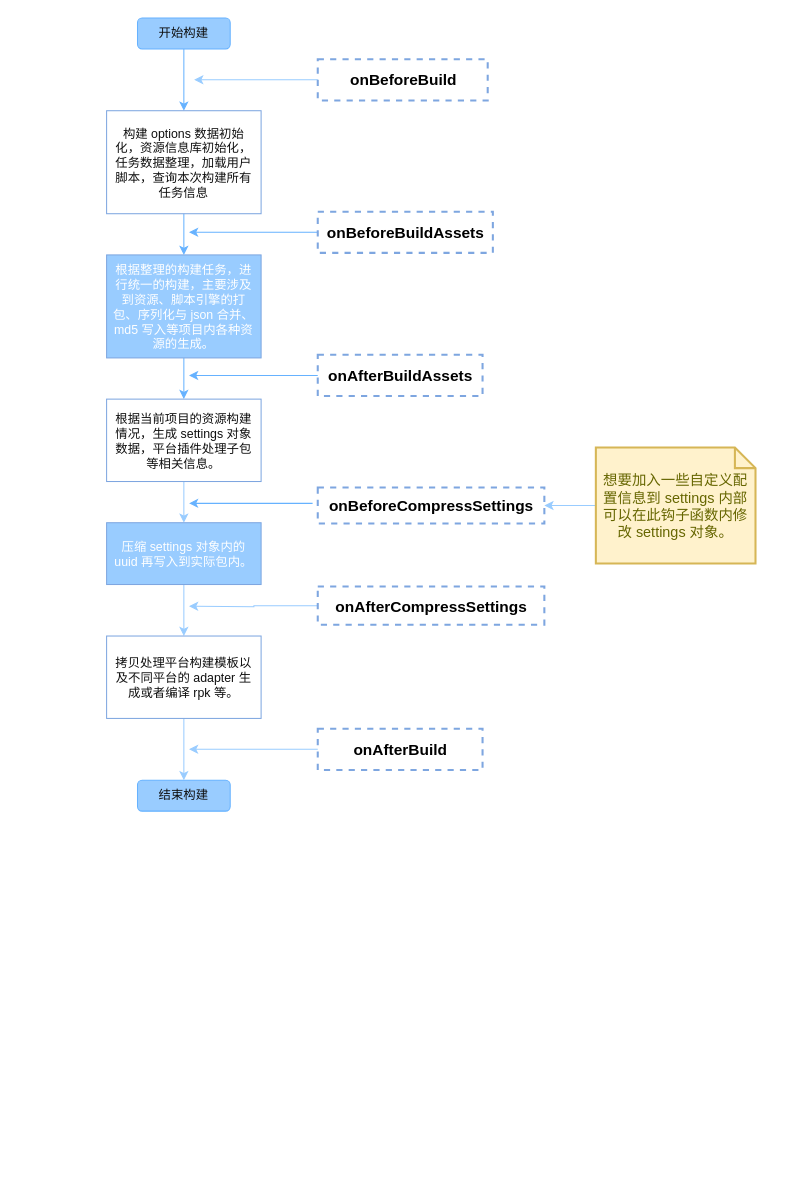
cocos/cocos-docs keeps this draw.io diagram as zh/editor/publish/custom-project-build-template/build-process-public.drawio. Above is the earlier version. Source tidied: cells renumbered, new cells numbered last; positions are measured from the earlier drawing's top-left corner, leaving out a move shared by most shapes. Both pictures are drawn from the tidied source at 103%, with x=0, y=0 at pixel (106, 18).
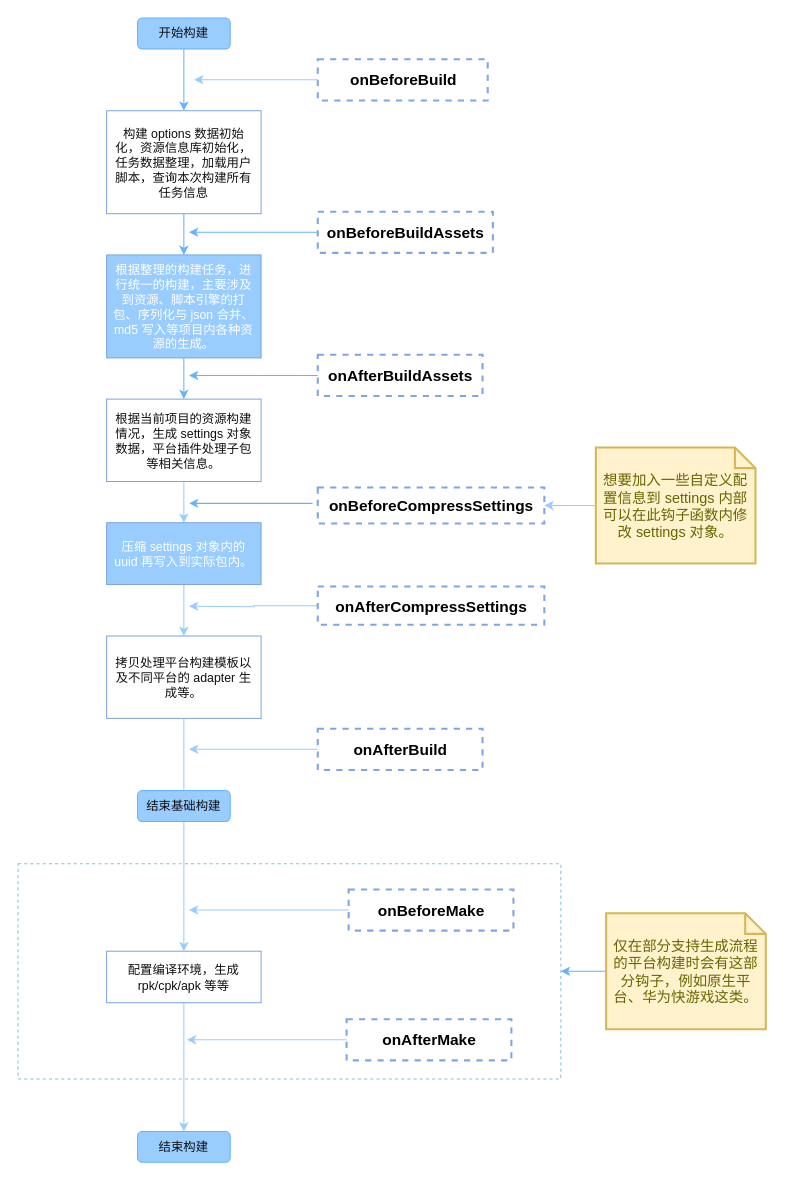
The same diagram, later.

The edit, as a diff of the source:
```diff
@@
     <mxCell id="13" value="&lt;span&gt;结束构建&lt;/span&gt;" style="rounded=1;whiteSpace=wrap;html=1;strokeColor=#66B2FF;fillColor=#99CCFF;fontColor=#0F0F0F;" parent="1" vertex="1">
-      <mxGeometry x="30" y="740" width="90" height="30" as="geometry" />
+      <mxGeometry x="30" y="1081" width="90" height="30" as="geometry" />
     </mxCell>
@@
-    <mxCell id="28" style="edgeStyle=orthogonalEdgeStyle;rounded=0;jettySize=auto;html=1;exitX=0.5;exitY=1;exitDx=0;exitDy=0;entryX=0.5;entryY=0;entryDx=0;entryDy=0;strokeColor=#99CCFF;" parent="1" edge="1" source="29" target="13">
+    <mxCell id="28" style="edgeStyle=orthogonalEdgeStyle;rounded=0;jettySize=auto;html=1;exitX=0.5;exitY=1;exitDx=0;exitDy=0;entryX=0.5;entryY=0;entryDx=0;entryDy=0;strokeColor=#99CCFF;" parent="1" edge="1" source="30" target="13">
       <mxGeometry relative="1" as="geometry" />
     </mxCell>
-    <mxCell id="29" value="拷贝处理平台构建模板以及不同平台的 adapter 生成或者编译 rpk 等。" style="rounded=0;whiteSpace=wrap;html=1;fillColor=none;strokeColor=#7EA6E0;fontColor=#0F0F0F;spacingTop=2;spacingLeft=4;spacingRight=4;" parent="1" vertex="1">
+    <mxCell id="29" value="拷贝处理平台构建模板以及不同平台的 adapter 生成等。" style="rounded=0;whiteSpace=wrap;html=1;fillColor=none;strokeColor=#7EA6E0;fontColor=#0F0F0F;spacingTop=2;spacingLeft=4;spacingRight=4;" parent="1" vertex="1">
       <mxGeometry y="600" width="150" height="80" as="geometry" />
     </mxCell>
+    <mxCell id="30" value="配置编译环境，生成 rpk/cpk/apk 等等" style="rounded=0;whiteSpace=wrap;html=1;fillColor=none;strokeColor=#7EA6E0;fontColor=#0F0F0F;spacingTop=2;spacingLeft=4;spacingRight=4;" parent="1" vertex="1">
+      <mxGeometry y="906" width="150" height="50" as="geometry" />
+    </mxCell>
+    <mxCell id="31" style="edgeStyle=orthogonalEdgeStyle;rounded=0;jettySize=auto;html=1;exitX=0.5;exitY=1;exitDx=0;exitDy=0;entryX=0.5;entryY=0;entryDx=0;entryDy=0;strokeColor=#99CCFF;" parent="1" edge="1" source="29" target="30">
+      <mxGeometry relative="1" as="geometry" />
+    </mxCell>
+    <mxCell id="32" value="&lt;span&gt;结束基础构建&lt;/span&gt;" style="rounded=1;whiteSpace=wrap;html=1;strokeColor=#66B2FF;fillColor=#99CCFF;fontColor=#0F0F0F;" parent="1" vertex="1">
+      <mxGeometry x="30" y="750" width="90" height="30" as="geometry" />
+    </mxCell>
+    <mxCell id="33" style="edgeStyle=orthogonalEdgeStyle;rounded=0;jettySize=auto;html=1;strokeColor=#99CCFF;" parent="1" edge="1" source="34">
+      <mxGeometry relative="1" as="geometry">
+        <mxPoint x="80" y="866" as="targetPoint" />
+      </mxGeometry>
+    </mxCell>
+    <mxCell id="34" value="&lt;font color=&quot;#000000&quot; style=&quot;font-size: 15px&quot;&gt;onBeforeMake&lt;/font&gt;" style="html=1;fontColor=#FAFFFF;fontStyle=1;align=center;verticalAlign=middle;spacing=0;labelBorderColor=none;fillColor=none;dashed=1;strokeWidth=2;strokeColor=#7EA6E0;spacingLeft=0;spacingTop=0;labelBackgroundColor=none;fontSize=15;" parent="1" vertex="1">
+      <mxGeometry x="235" y="846" width="160" height="40" as="geometry" />
+    </mxCell>
+    <mxCell id="35" style="edgeStyle=orthogonalEdgeStyle;rounded=0;jettySize=auto;html=1;strokeColor=#99CCFF;" parent="1" edge="1" source="36">
+      <mxGeometry relative="1" as="geometry">
+        <mxPoint x="78" y="992" as="targetPoint" />
+      </mxGeometry>
+    </mxCell>
+    <mxCell id="36" value="&lt;font color=&quot;#000000&quot; style=&quot;font-size: 15px&quot;&gt;onAfterMake&lt;/font&gt;" style="html=1;fontColor=#FAFFFF;fontStyle=1;align=center;verticalAlign=middle;spacing=0;labelBorderColor=none;fillColor=none;dashed=1;strokeWidth=2;strokeColor=#7EA6E0;spacingLeft=0;spacingTop=0;labelBackgroundColor=none;fontSize=15;" parent="1" vertex="1">
+      <mxGeometry x="233" y="972" width="160" height="40" as="geometry" />
+    </mxCell>
+    <mxCell id="37" style="rounded=0;whiteSpace=wrap;html=1;fillColor=none;dashed=1;strokeColor=#85C0D6;" parent="1" vertex="1">
+      <mxGeometry x="-86" y="821" width="527" height="209" as="geometry" />
+    </mxCell>
+    <mxCell id="38" style="edgeStyle=orthogonalEdgeStyle;rounded=0;jettySize=auto;html=1;fillColor=#1ba1e2;strokeColor=#66B2FF;" parent="1" edge="1" source="39" target="37">
+      <mxGeometry relative="1" as="geometry" />
+    </mxCell>
+    <mxCell id="39" value="仅在部分支持生成流程的平台构建时会有这部分钩子，例如原生平台、华为快游戏这类。" style="shape=note;strokeWidth=2;fontSize=14;size=20;whiteSpace=wrap;html=1;fillColor=#fff2cc;strokeColor=#d6b656;fontColor=#666600;labelBackgroundColor=none;align=center;spacingTop=2;spacingLeft=2;spacingRight=2;" parent="1" vertex="1">
+      <mxGeometry x="485" y="869.2" width="155" height="112.5" as="geometry" />
+    </mxCell>
```
